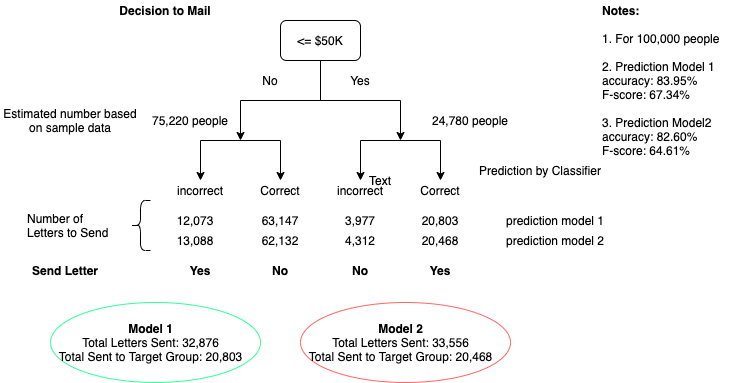
Earlier version of the draw.io export Project1_ModelCompare.png (scpfoster/ML_Project1_SupervisedLearning). Source tidied: cells renumbered, new cells last; positions are measured from the earlier drawing's top-left corner, leaving out a move shared by most shapes. Its diagram source:
```xml
<mxGraphModel>
  <root>
    <mxCell id="0" />
    <mxCell id="1" parent="0" />
    <mxCell id="2" style="ellipse;whiteSpace=wrap;html=1;align=left;fillColor=none;strokeColor=#FF6666;" parent="1" vertex="1">
      <mxGeometry x="300" y="302" width="210" height="80" as="geometry" />
    </mxCell>
    <mxCell id="3" style="ellipse;whiteSpace=wrap;html=1;align=left;fillColor=none;strokeColor=#33FF99;" parent="1" vertex="1">
      <mxGeometry x="50" y="302" width="210" height="80" as="geometry" />
    </mxCell>
    <mxCell id="4" value="&amp;lt;= $50K" style="rounded=1;whiteSpace=wrap;html=1;" parent="1" vertex="1">
      <mxGeometry x="280" y="20" width="80" height="40" as="geometry" />
    </mxCell>
    <mxCell id="5" style="group;" parent="1" vertex="1">
      <mxGeometry x="240" y="100" width="160" height="40" as="geometry" />
    </mxCell>
    <mxCell id="6" style="endArrow=none;html=1;entryX=0.5;entryY=1;entryDx=0;entryDy=0;" parent="5" edge="1" target="4">
      <mxGeometry relative="1" as="geometry">
        <mxPoint x="80" as="sourcePoint" />
      </mxGeometry>
    </mxCell>
    <mxCell id="7" style="endArrow=none;html=1;" parent="5" edge="1">
      <mxGeometry relative="1" as="geometry">
        <mxPoint as="sourcePoint" />
        <mxPoint x="160" as="targetPoint" />
      </mxGeometry>
    </mxCell>
    <mxCell id="8" style="endArrow=classic;html=1;" parent="5" edge="1">
      <mxGeometry relative="1" as="geometry">
        <mxPoint as="sourcePoint" />
        <mxPoint y="40" as="targetPoint" />
      </mxGeometry>
    </mxCell>
    <mxCell id="9" style="endArrow=classic;html=1;" parent="5" edge="1">
      <mxGeometry relative="1" as="geometry">
        <mxPoint x="160" as="sourcePoint" />
        <mxPoint x="160" y="40" as="targetPoint" />
      </mxGeometry>
    </mxCell>
    <mxCell id="10" style="endArrow=none;html=1;" parent="1" edge="1">
      <mxGeometry relative="1" as="geometry">
        <mxPoint x="200" y="140" as="sourcePoint" />
        <mxPoint x="280" y="140" as="targetPoint" />
      </mxGeometry>
    </mxCell>
    <mxCell id="11" style="endArrow=none;html=1;" parent="1" edge="1">
      <mxGeometry relative="1" as="geometry">
        <mxPoint x="360" y="140" as="sourcePoint" />
        <mxPoint x="440" y="140" as="targetPoint" />
      </mxGeometry>
    </mxCell>
    <mxCell id="12" style="endArrow=classic;html=1;" parent="1" edge="1">
      <mxGeometry relative="1" as="geometry">
        <mxPoint x="200" y="140" as="sourcePoint" />
        <mxPoint x="200" y="180" as="targetPoint" />
      </mxGeometry>
    </mxCell>
    <mxCell id="13" style="endArrow=classic;html=1;" parent="1" edge="1">
      <mxGeometry relative="1" as="geometry">
        <mxPoint x="280" y="140" as="sourcePoint" />
        <mxPoint x="280" y="180" as="targetPoint" />
      </mxGeometry>
    </mxCell>
    <mxCell id="14" style="endArrow=classic;html=1;" parent="1" edge="1">
      <mxGeometry relative="1" as="geometry">
        <mxPoint x="360" y="140" as="sourcePoint" />
        <mxPoint x="360" y="180" as="targetPoint" />
      </mxGeometry>
    </mxCell>
    <mxCell id="15" style="endArrow=classic;html=1;" parent="1" edge="1">
      <mxGeometry relative="1" as="geometry">
        <mxPoint x="440" y="140" as="sourcePoint" />
        <mxPoint x="440" y="180" as="targetPoint" />
      </mxGeometry>
    </mxCell>
    <mxCell id="16" value="Yes" style="text;html=1;strokeColor=none;fillColor=none;align=center;verticalAlign=middle;whiteSpace=wrap;rounded=0;" parent="1" vertex="1">
      <mxGeometry x="340" y="70" width="40" height="20" as="geometry" />
    </mxCell>
    <mxCell id="17" value="No" style="text;html=1;strokeColor=none;fillColor=none;align=center;verticalAlign=middle;whiteSpace=wrap;rounded=0;" parent="1" vertex="1">
      <mxGeometry x="250" y="70" width="40" height="20" as="geometry" />
    </mxCell>
    <mxCell id="18" value="Yes" style="text;html=1;strokeColor=none;fillColor=none;align=center;verticalAlign=middle;whiteSpace=wrap;rounded=0;fontStyle=1;" parent="1" vertex="1">
      <mxGeometry x="420" y="260" width="40" height="20" as="geometry" />
    </mxCell>
    <mxCell id="19" value="Yes" style="text;html=1;strokeColor=none;fillColor=none;align=center;verticalAlign=middle;whiteSpace=wrap;rounded=0;fontStyle=1;" parent="1" vertex="1">
      <mxGeometry x="180" y="260" width="40" height="20" as="geometry" />
    </mxCell>
    <mxCell id="20" value="No" style="text;html=1;strokeColor=none;fillColor=none;align=center;verticalAlign=middle;whiteSpace=wrap;rounded=0;fontStyle=1;" parent="1" vertex="1">
      <mxGeometry x="340" y="260" width="40" height="20" as="geometry" />
    </mxCell>
    <mxCell id="21" value="No" style="text;html=1;strokeColor=none;fillColor=none;align=center;verticalAlign=middle;whiteSpace=wrap;rounded=0;fontStyle=1;" parent="1" vertex="1">
      <mxGeometry x="260" y="260" width="40" height="20" as="geometry" />
    </mxCell>
    <mxCell id="22" value="&lt;b&gt;Send Letter&lt;/b&gt;" style="text;html=1;strokeColor=none;fillColor=none;align=center;verticalAlign=middle;whiteSpace=wrap;rounded=0;" parent="1" vertex="1">
      <mxGeometry x="10" y="260" width="110" height="20" as="geometry" />
    </mxCell>
    <mxCell id="23" value="Decision to Mail" style="text;html=1;strokeColor=none;fillColor=none;align=center;verticalAlign=middle;whiteSpace=wrap;rounded=0;fontStyle=1;" parent="1" vertex="1">
      <mxGeometry x="90" width="150" height="20" as="geometry" />
    </mxCell>
    <mxCell id="24" value="&lt;div style=&quot;&quot;&gt;&lt;b&gt;Notes:&lt;/b&gt;&lt;/div&gt;&lt;br&gt;&lt;div style=&quot;&quot;&gt;&lt;span&gt;1. For 100,000 people&lt;/span&gt;&lt;/div&gt;&lt;div style=&quot;&quot;&gt;&lt;span&gt;&lt;br&gt;&lt;/span&gt;&lt;/div&gt;&lt;div style=&quot;&quot;&gt;&lt;span&gt;2. Prediction Model 1&lt;br&gt;&lt;/span&gt;&lt;/div&gt;&lt;div style=&quot;&quot;&gt;&lt;span&gt;accuracy: 83.95%&lt;/span&gt;&lt;/div&gt;&lt;div style=&quot;&quot;&gt;&lt;span&gt;F-score: 67.34%&lt;/span&gt;&lt;/div&gt;&lt;div style=&quot;&quot;&gt;&lt;span&gt;&lt;br&gt;&lt;/span&gt;&lt;/div&gt;&lt;div style=&quot;&quot;&gt;&lt;span&gt;3. Prediction Model2&lt;/span&gt;&lt;/div&gt;&lt;div style=&quot;&quot;&gt;&lt;div&gt;accuracy: 82.60%&lt;/div&gt;&lt;div&gt;F-score: 64.61%&lt;/div&gt;&lt;/div&gt;" style="text;html=1;align=left;verticalAlign=middle;" parent="1" vertex="1">
      <mxGeometry x="600" width="130" height="160" as="geometry" />
    </mxCell>
    <mxCell id="25" value="24,780 people" style="text;html=1;strokeColor=none;fillColor=none;align=center;verticalAlign=middle;whiteSpace=wrap;rounded=0;" parent="1" vertex="1">
      <mxGeometry x="430" y="110" width="80" height="20" as="geometry" />
    </mxCell>
    <mxCell id="26" value="75,220 people" style="text;html=1;strokeColor=none;fillColor=none;align=center;verticalAlign=middle;whiteSpace=wrap;rounded=0;" parent="1" vertex="1">
      <mxGeometry x="150" y="110" width="80" height="20" as="geometry" />
    </mxCell>
    <mxCell id="27" value="Estimated number based on sample data" style="text;html=1;strokeColor=none;fillColor=none;align=center;verticalAlign=middle;whiteSpace=wrap;rounded=0;" parent="1" vertex="1">
      <mxGeometry y="110" width="140" height="20" as="geometry" />
    </mxCell>
    <mxCell id="28" value="incorrect" style="text;html=1;strokeColor=none;fillColor=none;align=center;verticalAlign=middle;whiteSpace=wrap;rounded=0;" parent="1" vertex="1">
      <mxGeometry x="180" y="180" width="40" height="20" as="geometry" />
    </mxCell>
    <mxCell id="29" value="incorrect" style="text;html=1;strokeColor=none;fillColor=none;align=center;verticalAlign=middle;whiteSpace=wrap;rounded=0;" parent="1" vertex="1">
      <mxGeometry x="340" y="180" width="40" height="20" as="geometry" />
    </mxCell>
    <mxCell id="30" value="Correct" style="text;html=1;strokeColor=none;fillColor=none;align=center;verticalAlign=middle;whiteSpace=wrap;rounded=0;" parent="1" vertex="1">
      <mxGeometry x="260" y="180" width="40" height="20" as="geometry" />
    </mxCell>
    <mxCell id="31" value="Correct" style="text;html=1;strokeColor=none;fillColor=none;align=center;verticalAlign=middle;whiteSpace=wrap;rounded=0;" parent="1" vertex="1">
      <mxGeometry x="420" y="180" width="40" height="20" as="geometry" />
    </mxCell>
    <mxCell id="32" value="Prediction by Classifier" style="text;html=1;strokeColor=none;fillColor=none;align=center;verticalAlign=middle;whiteSpace=wrap;rounded=0;" parent="1" vertex="1">
      <mxGeometry x="460" y="160" width="160" height="20" as="geometry" />
    </mxCell>
    <mxCell id="33" value="prediction model 1" style="text;html=1;strokeColor=none;fillColor=none;align=center;verticalAlign=middle;whiteSpace=wrap;rounded=0;" parent="1" vertex="1">
      <mxGeometry x="500" y="210" width="110" height="20" as="geometry" />
    </mxCell>
    <mxCell id="34" value="prediction model 2" style="text;html=1;strokeColor=none;fillColor=none;align=center;verticalAlign=middle;whiteSpace=wrap;rounded=0;" parent="1" vertex="1">
      <mxGeometry x="500" y="230" width="110" height="20" as="geometry" />
    </mxCell>
    <mxCell id="35" value="12,073" style="text;html=1;strokeColor=none;fillColor=none;align=center;verticalAlign=middle;whiteSpace=wrap;rounded=0;" parent="1" vertex="1">
      <mxGeometry x="175" y="210" width="40" height="20" as="geometry" />
    </mxCell>
    <mxCell id="36" value="63,147" style="text;html=1;strokeColor=none;fillColor=none;align=center;verticalAlign=middle;whiteSpace=wrap;rounded=0;" parent="1" vertex="1">
      <mxGeometry x="260" y="210" width="40" height="20" as="geometry" />
    </mxCell>
    <mxCell id="37" value="3,977" style="text;html=1;strokeColor=none;fillColor=none;align=center;verticalAlign=middle;whiteSpace=wrap;rounded=0;" parent="1" vertex="1">
      <mxGeometry x="340" y="210" width="40" height="20" as="geometry" />
    </mxCell>
    <mxCell id="38" value="20,803" style="text;html=1;strokeColor=none;fillColor=none;align=center;verticalAlign=middle;whiteSpace=wrap;rounded=0;" parent="1" vertex="1">
      <mxGeometry x="420" y="210" width="40" height="20" as="geometry" />
    </mxCell>
    <mxCell id="39" value="13,088" style="text;html=1;strokeColor=none;fillColor=none;align=center;verticalAlign=middle;whiteSpace=wrap;rounded=0;" parent="1" vertex="1">
      <mxGeometry x="175" y="230" width="40" height="20" as="geometry" />
    </mxCell>
    <mxCell id="40" value="62,132" style="text;html=1;strokeColor=none;fillColor=none;align=center;verticalAlign=middle;whiteSpace=wrap;rounded=0;" parent="1" vertex="1">
      <mxGeometry x="260" y="230" width="40" height="20" as="geometry" />
    </mxCell>
    <mxCell id="41" value="4,312" style="text;html=1;strokeColor=none;fillColor=none;align=center;verticalAlign=middle;whiteSpace=wrap;rounded=0;" parent="1" vertex="1">
      <mxGeometry x="340" y="230" width="40" height="20" as="geometry" />
    </mxCell>
    <mxCell id="42" value="20,468" style="text;html=1;strokeColor=none;fillColor=none;align=center;verticalAlign=middle;whiteSpace=wrap;rounded=0;" parent="1" vertex="1">
      <mxGeometry x="420" y="230" width="40" height="20" as="geometry" />
    </mxCell>
    <mxCell id="43" style="shape=curlyBracket;whiteSpace=wrap;html=1;rounded=1;" parent="1" vertex="1">
      <mxGeometry x="130" y="200" width="20" height="50" as="geometry" />
    </mxCell>
    <mxCell id="44" value="Number of Letters to Send" style="text;html=1;strokeColor=none;fillColor=none;align=left;verticalAlign=middle;whiteSpace=wrap;rounded=0;" parent="1" vertex="1">
      <mxGeometry x="25" y="215" width="90" height="20" as="geometry" />
    </mxCell>
    <mxCell id="45" value="Text" style="text;html=1;strokeColor=none;fillColor=none;align=center;verticalAlign=middle;whiteSpace=wrap;rounded=0;" parent="1" vertex="1">
      <mxGeometry x="360" y="170" width="40" height="20" as="geometry" />
    </mxCell>
    <mxCell id="46" value="&lt;b&gt;Model 1&lt;/b&gt;&lt;br&gt;Total Letters Sent: 32,876&lt;br&gt;Total Sent to Target Group: 20,803" style="text;html=1;align=center;verticalAlign=middle;" parent="1" vertex="1">
      <mxGeometry x="50" y="317" width="200" height="50" as="geometry" />
    </mxCell>
    <mxCell id="47" value="&lt;b&gt;Model 2&lt;/b&gt;&lt;br&gt;Total Letters Sent: 33,556&lt;br&gt;Total Sent to Target Group: 20,468" style="text;html=1;align=center;verticalAlign=middle;" parent="1" vertex="1">
      <mxGeometry x="300" y="317" width="200" height="50" as="geometry" />
    </mxCell>
  </root>
</mxGraphModel>
```
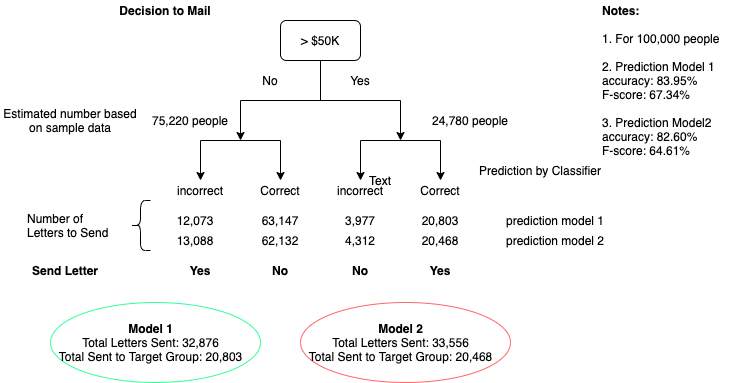
Above is the later version.

Diff of the diagram source:
```diff
@@ -8,7 +8,7 @@
     <mxCell id="3" style="ellipse;whiteSpace=wrap;html=1;align=left;fillColor=none;strokeColor=#33FF99;" parent="1" vertex="1">
       <mxGeometry x="50" y="302" width="210" height="80" as="geometry" />
     </mxCell>
-    <mxCell id="4" value="&amp;lt;= $50K" style="rounded=1;whiteSpace=wrap;html=1;" parent="1" vertex="1">
+    <mxCell id="4" value="&amp;gt; $50K" style="rounded=1;whiteSpace=wrap;html=1;" parent="1" vertex="1">
       <mxGeometry x="280" y="20" width="80" height="40" as="geometry" />
     </mxCell>
     <mxCell id="5" style="group;" parent="1" vertex="1">
```
